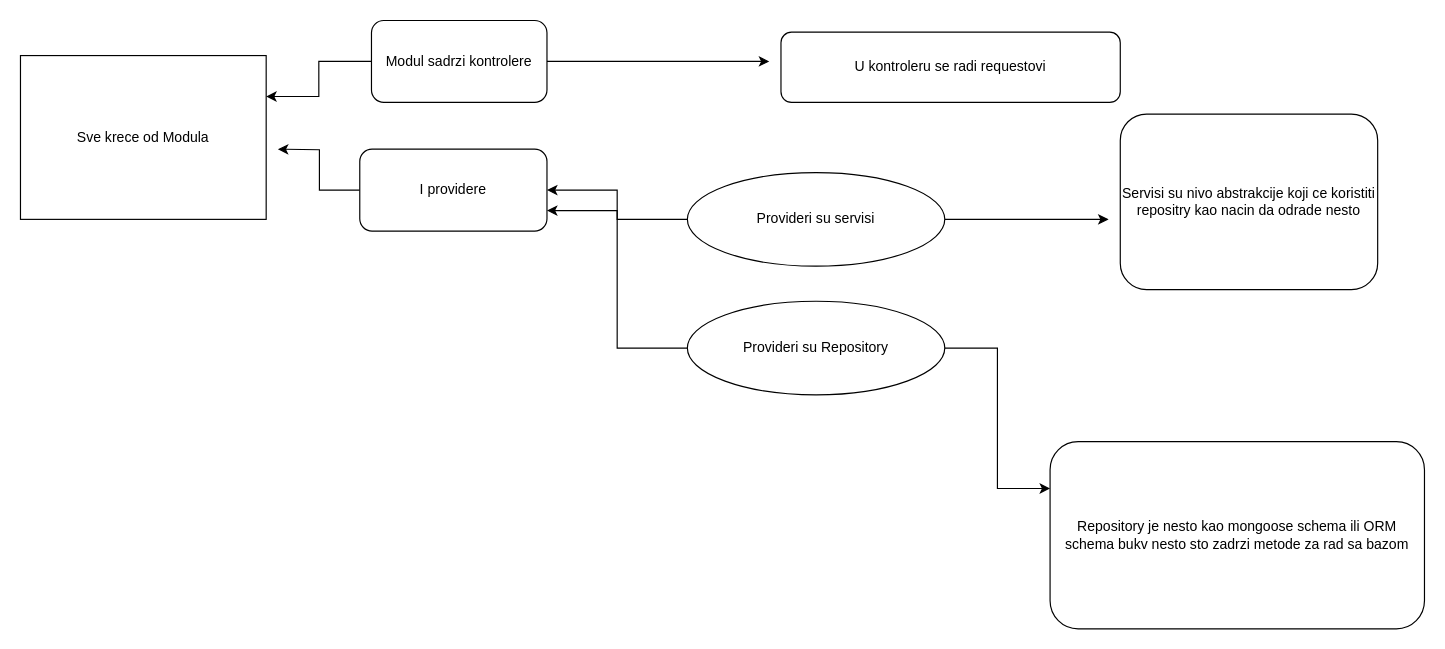
The draw.io diagram Untitled Diagram.drawio in aleksandarLazic1998/nest-exercise-without-db, before the edit. Source tidied: cells renumbered, new cells numbered last; positions are measured from the earlier drawing's top-left corner, leaving out a move shared by most shapes. Both pictures are drawn from the tidied source at 117%, with x=0, y=0 at pixel (20, 20).
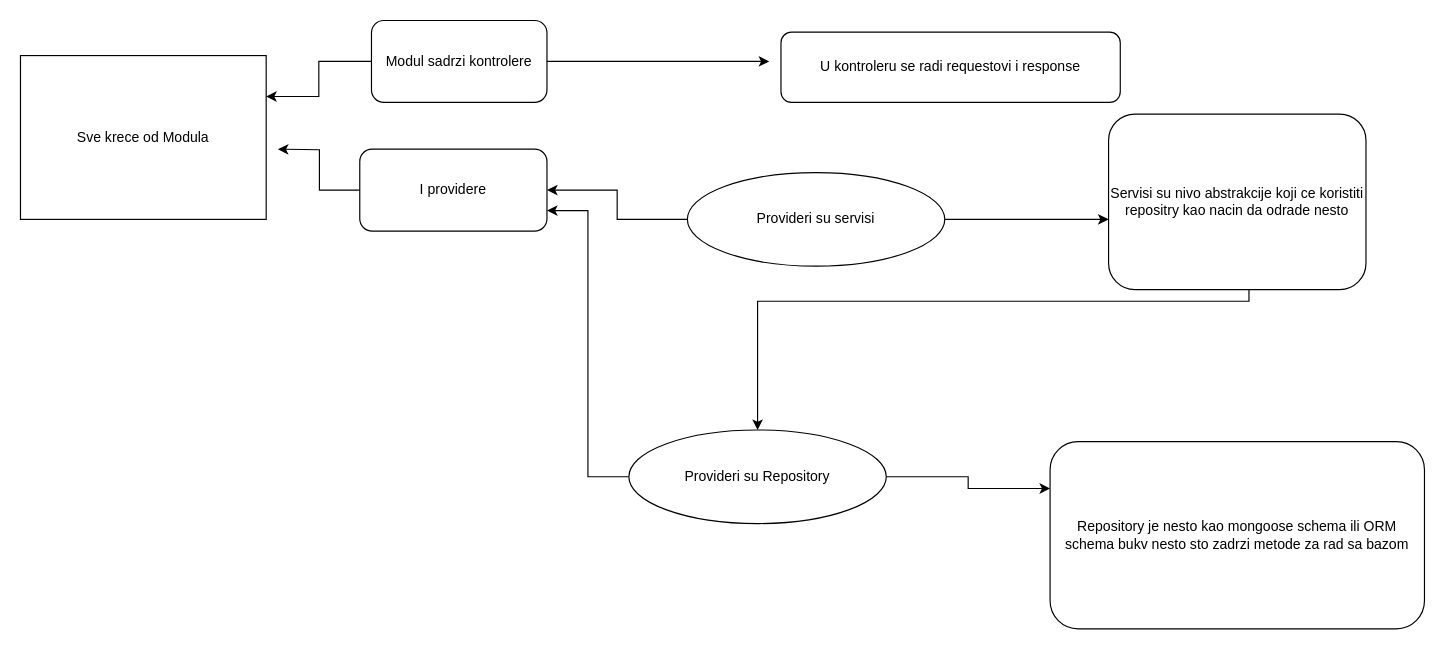
The same diagram, later.

Change to the diagram source:
```diff
@@
     <mxCell id="13" value="Provideri su Repository" style="ellipse;whiteSpace=wrap;html=1;" parent="1" vertex="1">
-      <mxGeometry x="570" y="240" width="220" height="80" as="geometry" />
+      <mxGeometry x="520" y="350" width="220" height="80" as="geometry" />
     </mxCell>
-    <mxCell id="14" value="U kontroleru se radi requestovi" style="rounded=1;whiteSpace=wrap;html=1;" parent="1" vertex="1">
+    <mxCell id="14" value="U kontroleru se radi requestovi i response" style="rounded=1;whiteSpace=wrap;html=1;" parent="1" vertex="1">
       <mxGeometry x="650" y="10" width="290" height="60" as="geometry" />
     </mxCell>
+    <mxCell id="17" style="edgeStyle=orthogonalEdgeStyle;rounded=0;jettySize=auto;html=1;" parent="1" edge="1" source="15" target="13">
+      <mxGeometry relative="1" as="geometry">
+        <Array as="points">
+          <mxPoint x="1050" y="240" />
+        </Array>
+      </mxGeometry>
+    </mxCell>
     <mxCell id="15" value="Servisi su nivo abstrakcije koji ce koristiti repositry kao nacin da odrade nesto" style="rounded=1;whiteSpace=wrap;html=1;" parent="1" vertex="1">
-      <mxGeometry x="940" y="80" width="220" height="150" as="geometry" />
+      <mxGeometry x="930" y="80" width="220" height="150" as="geometry" />
     </mxCell>
```
